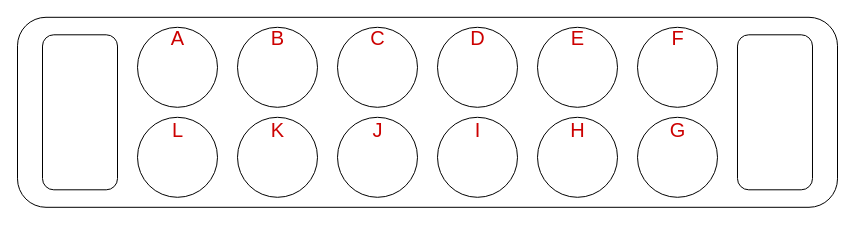
Earlier version of the draw.io diagram page "Page-1" (1 of 2) of ouri/Tabuleiro GUI/ouri.drawio (Tiago-Matinho/IA). Source tidied: cells renumbered, new cells numbered last; positions are measured from the earlier drawing's top-left corner, leaving out a move shared by most shapes. Both pictures are drawn from the tidied source at 100%, with x=0, y=0 at pixel (2, 17).
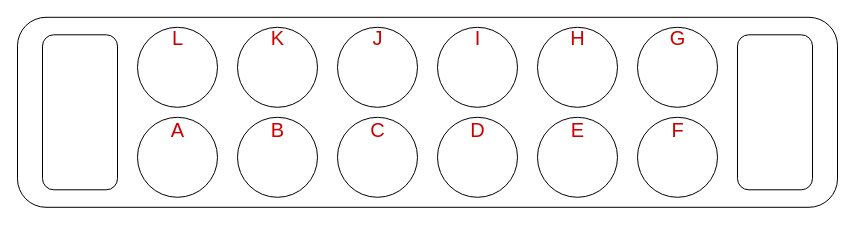
After the change.

What changed in the source:
```diff
@@
-    <mxCell id="17" value="A" style="text;html=1;strokeColor=none;fillColor=none;align=center;verticalAlign=middle;whiteSpace=wrap;rounded=0;fontSize=20;fontColor=#CC0000;" parent="1" vertex="1">
+    <mxCell id="17" value="L" style="text;html=1;strokeColor=none;fillColor=none;align=center;verticalAlign=middle;whiteSpace=wrap;rounded=0;fontSize=20;fontColor=#CC0000;" parent="1" vertex="1">
       <mxGeometry x="152.5" y="-0.2" width="45" height="40.2" as="geometry" />
     </mxCell>
-    <mxCell id="18" value="B" style="text;html=1;strokeColor=none;fillColor=none;align=center;verticalAlign=middle;whiteSpace=wrap;rounded=0;fontSize=20;fontColor=#CC0000;" parent="1" vertex="1">
+    <mxCell id="18" value="K" style="text;html=1;strokeColor=none;fillColor=none;align=center;verticalAlign=middle;whiteSpace=wrap;rounded=0;fontSize=20;fontColor=#CC0000;" parent="1" vertex="1">
       <mxGeometry x="252.5" y="-0.2" width="45" height="40.2" as="geometry" />
     </mxCell>
-    <mxCell id="19" value="C" style="text;html=1;strokeColor=none;fillColor=none;align=center;verticalAlign=middle;whiteSpace=wrap;rounded=0;fontSize=20;fontColor=#CC0000;" parent="1" vertex="1">
+    <mxCell id="19" value="J" style="text;html=1;strokeColor=none;fillColor=none;align=center;verticalAlign=middle;whiteSpace=wrap;rounded=0;fontSize=20;fontColor=#CC0000;" parent="1" vertex="1">
       <mxGeometry x="352.5" y="-0.2" width="45" height="40.2" as="geometry" />
     </mxCell>
-    <mxCell id="20" value="D" style="text;html=1;strokeColor=none;fillColor=none;align=center;verticalAlign=middle;whiteSpace=wrap;rounded=0;fontSize=20;fontColor=#CC0000;" parent="1" vertex="1">
+    <mxCell id="20" value="I" style="text;html=1;strokeColor=none;fillColor=none;align=center;verticalAlign=middle;whiteSpace=wrap;rounded=0;fontSize=20;fontColor=#CC0000;" parent="1" vertex="1">
       <mxGeometry x="452.5" y="-0.2" width="45" height="40.2" as="geometry" />
     </mxCell>
-    <mxCell id="21" value="E" style="text;html=1;strokeColor=none;fillColor=none;align=center;verticalAlign=middle;whiteSpace=wrap;rounded=0;fontSize=20;fontColor=#CC0000;" parent="1" vertex="1">
+    <mxCell id="21" value="H" style="text;html=1;strokeColor=none;fillColor=none;align=center;verticalAlign=middle;whiteSpace=wrap;rounded=0;fontSize=20;fontColor=#CC0000;" parent="1" vertex="1">
       <mxGeometry x="552.5" y="-0.2" width="45" height="40.2" as="geometry" />
     </mxCell>
-    <mxCell id="22" value="F" style="text;html=1;strokeColor=none;fillColor=none;align=center;verticalAlign=middle;whiteSpace=wrap;rounded=0;fontSize=20;fontColor=#CC0000;" parent="1" vertex="1">
+    <mxCell id="22" value="G" style="text;html=1;strokeColor=none;fillColor=none;align=center;verticalAlign=middle;whiteSpace=wrap;rounded=0;fontSize=20;fontColor=#CC0000;" parent="1" vertex="1">
       <mxGeometry x="652.5" y="-0.2" width="45" height="40.2" as="geometry" />
     </mxCell>
-    <mxCell id="23" value="L" style="text;html=1;strokeColor=none;fillColor=none;align=center;verticalAlign=middle;whiteSpace=wrap;rounded=0;fontSize=20;fontColor=#CC0000;" parent="1" vertex="1">
+    <mxCell id="23" value="A" style="text;html=1;strokeColor=none;fillColor=none;align=center;verticalAlign=middle;whiteSpace=wrap;rounded=0;fontSize=20;fontColor=#CC0000;" parent="1" vertex="1">
       <mxGeometry x="152.5" y="92.1" width="45" height="40.2" as="geometry" />
     </mxCell>
-    <mxCell id="24" value="K" style="text;html=1;strokeColor=none;fillColor=none;align=center;verticalAlign=middle;whiteSpace=wrap;rounded=0;fontSize=20;fontColor=#CC0000;" parent="1" vertex="1">
+    <mxCell id="24" value="B" style="text;html=1;strokeColor=none;fillColor=none;align=center;verticalAlign=middle;whiteSpace=wrap;rounded=0;fontSize=20;fontColor=#CC0000;" parent="1" vertex="1">
       <mxGeometry x="252.5" y="92.1" width="45" height="40.2" as="geometry" />
     </mxCell>
-    <mxCell id="25" value="J" style="text;html=1;strokeColor=none;fillColor=none;align=center;verticalAlign=middle;whiteSpace=wrap;rounded=0;fontSize=20;fontColor=#CC0000;" parent="1" vertex="1">
+    <mxCell id="25" value="C" style="text;html=1;strokeColor=none;fillColor=none;align=center;verticalAlign=middle;whiteSpace=wrap;rounded=0;fontSize=20;fontColor=#CC0000;" parent="1" vertex="1">
       <mxGeometry x="352.5" y="92.1" width="45" height="40.2" as="geometry" />
     </mxCell>
-    <mxCell id="26" value="I" style="text;html=1;strokeColor=none;fillColor=none;align=center;verticalAlign=middle;whiteSpace=wrap;rounded=0;fontSize=20;fontColor=#CC0000;" parent="1" vertex="1">
+    <mxCell id="26" value="D" style="text;html=1;strokeColor=none;fillColor=none;align=center;verticalAlign=middle;whiteSpace=wrap;rounded=0;fontSize=20;fontColor=#CC0000;" parent="1" vertex="1">
       <mxGeometry x="452.5" y="92.1" width="45" height="40.2" as="geometry" />
     </mxCell>
-    <mxCell id="27" value="H" style="text;html=1;strokeColor=none;fillColor=none;align=center;verticalAlign=middle;whiteSpace=wrap;rounded=0;fontSize=20;fontColor=#CC0000;" parent="1" vertex="1">
+    <mxCell id="27" value="E" style="text;html=1;strokeColor=none;fillColor=none;align=center;verticalAlign=middle;whiteSpace=wrap;rounded=0;fontSize=20;fontColor=#CC0000;" parent="1" vertex="1">
       <mxGeometry x="552.5" y="92.1" width="45" height="40.2" as="geometry" />
     </mxCell>
-    <mxCell id="28" value="G" style="text;html=1;strokeColor=none;fillColor=none;align=center;verticalAlign=middle;whiteSpace=wrap;rounded=0;fontSize=20;fontColor=#CC0000;" parent="1" vertex="1">
+    <mxCell id="28" value="F" style="text;html=1;strokeColor=none;fillColor=none;align=center;verticalAlign=middle;whiteSpace=wrap;rounded=0;fontSize=20;fontColor=#CC0000;" parent="1" vertex="1">
       <mxGeometry x="652.5" y="92.1" width="45" height="40.2" as="geometry" />
     </mxCell>
```
